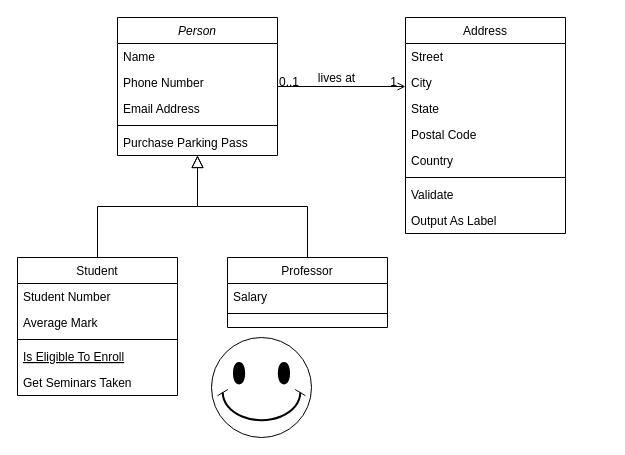
Before: UML.drawio in jiang0906/6-2, a draw.io diagram. Source tidied: cells renumbered, new cells numbered last; positions are measured from the earlier drawing's top-left corner, leaving out a move shared by most shapes. Both pictures are drawn from the tidied source at 100%, with x=0, y=0 at pixel (17, 17).
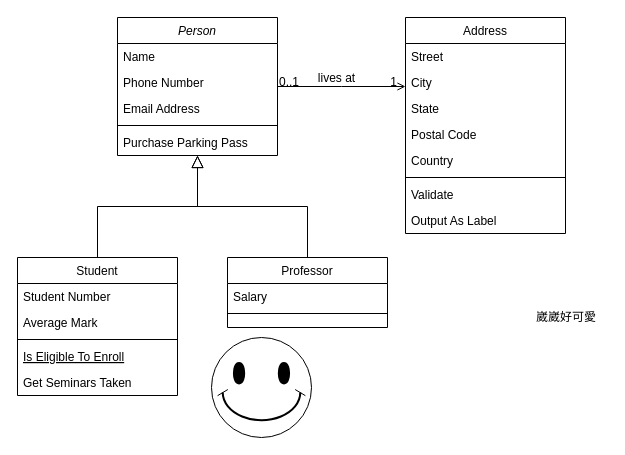
The same diagram, later.

What changed in the source:
```diff
@@
+    <mxCell id="33" value="崴崴好可愛" style="text;html=1;strokeColor=none;fillColor=none;align=center;verticalAlign=middle;whiteSpace=wrap;rounded=0;" parent="1" vertex="1">
+      <mxGeometry x="508" y="290" width="82" height="20" as="geometry" />
+    </mxCell>
```
